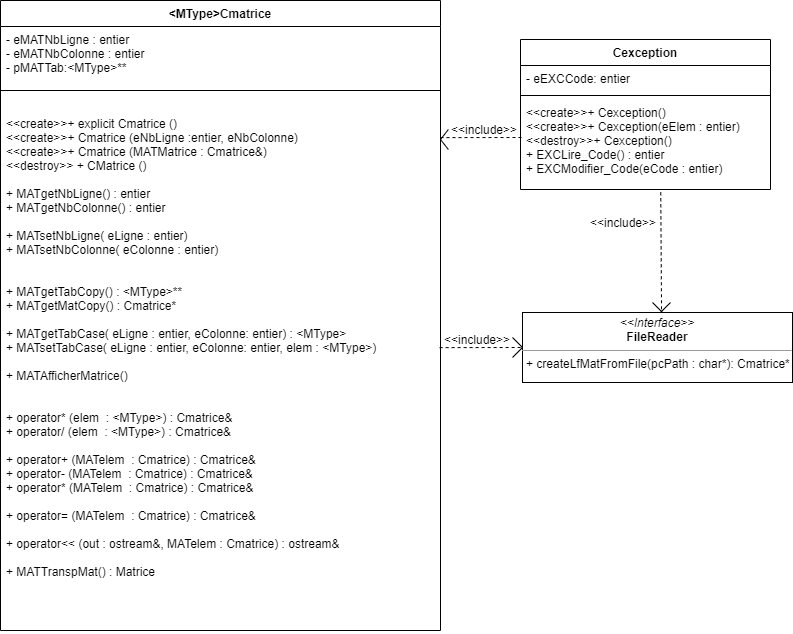
Before: ClassDiagram.png, a diagram exported from draw.io (Banalian/ProjetTutCpp). Source tidied: cells renumbered, new cells last; positions are measured from the earlier drawing's top-left corner, leaving out a move shared by most shapes.
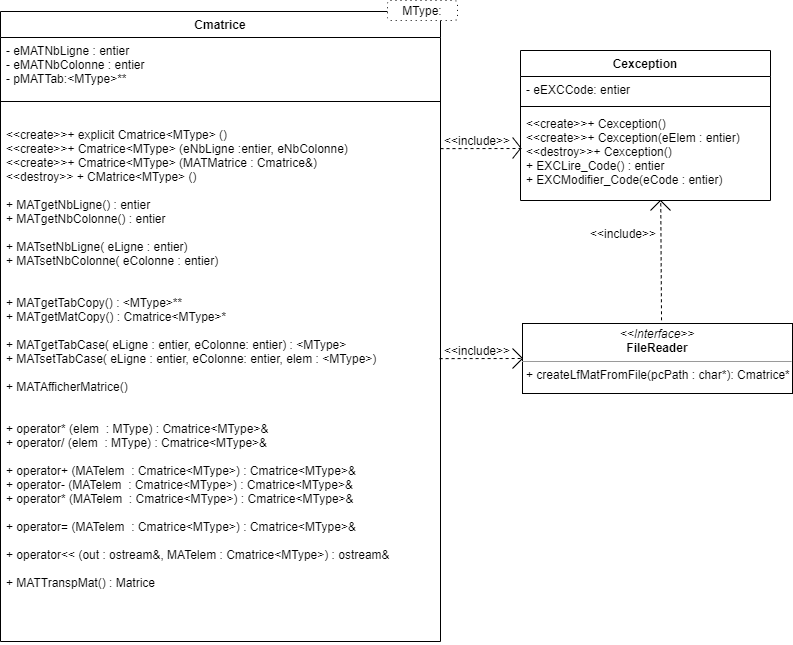
The same file after the commit.

Change to the diagram source:
```diff
@@ -2,7 +2,7 @@
   <root>
     <mxCell id="0" />
     <mxCell id="1" parent="0" />
-    <mxCell id="2" value="&lt;MType&gt;Cmatrice" style="swimlane;fontStyle=1;align=center;verticalAlign=top;horizontal=1;startSize=26;" parent="1" vertex="1">
+    <mxCell id="2" value="Cmatrice" style="swimlane;fontStyle=1;align=center;verticalAlign=top;horizontal=1;startSize=26;" parent="1" vertex="1">
       <mxGeometry width="440" height="630" as="geometry" />
     </mxCell>
     <mxCell id="3" value="- eMATNbLigne : entier&#10;- eMATNbColonne : entier&#10;- pMATTab:&lt;MType&gt;** &#10;&#10;" style="text;strokeColor=none;fillColor=none;align=left;verticalAlign=top;spacingLeft=4;spacingRight=4;overflow=hidden;" parent="2" vertex="1">
@@ -11,7 +11,7 @@
     <mxCell id="4" style="line;strokeWidth=1;fillColor=none;align=left;verticalAlign=middle;spacingTop=-1;spacingLeft=3;spacingRight=3;labelPosition=right;" parent="2" vertex="1">
       <mxGeometry y="70" width="440" height="40" as="geometry" />
     </mxCell>
-    <mxCell id="5" value="&lt;&lt;create&gt;&gt;+ explicit Cmatrice ()&#10;&lt;&lt;create&gt;&gt;+ Cmatrice (eNbLigne :entier, eNbColonne)&#10;&lt;&lt;create&gt;&gt;+ Cmatrice (MATMatrice : Cmatrice&amp;)&#10;&lt;&lt;destroy&gt;&gt; + CMatrice ()&#10;&#10;+ MATgetNbLigne() : entier&#10;+ MATgetNbColonne() : entier&#10;&#10;+ MATsetNbLigne( eLigne : entier)&#10;+ MATsetNbColonne( eColonne : entier)&#10;&#10;&#10;+ MATgetTabCopy() : &lt;MType&gt;**&#10;+ MATgetMatCopy() : Cmatrice*&#10;&#10;+ MATgetTabCase( eLigne : entier, eColonne: entier) : &lt;MType&gt;&#10;+ MATsetTabCase( eLigne : entier, eColonne: entier, elem : &lt;MType&gt;)&#10;&#10;+ MATAfficherMatrice()&#10;&#10;&#10;+ operator* (elem  : &lt;MType&gt;) : Cmatrice&amp;&#10;+ operator/ (elem  : &lt;MType&gt;) : Cmatrice&amp;&#10;&#10;+ operator+ (MATelem  : Cmatrice) : Cmatrice&amp;&#10;+ operator- (MATelem  : Cmatrice) : Cmatrice&amp;&#10;+ operator* (MATelem  : Cmatrice) : Cmatrice&amp;&#10;&#10;+ operator= (MATelem  : Cmatrice) : Cmatrice&amp;&#10;&#10;+ operator&lt;&lt; (out : ostream&amp;, MATelem : Cmatrice) : ostream&amp;&#10;&#10;+ MATTranspMat() : Matrice&#10;" style="text;strokeColor=none;fillColor=none;align=left;verticalAlign=top;spacingLeft=4;spacingRight=4;overflow=hidden;points=[[0,0.5],[1,0.5]];portConstraint=eastwest;" parent="2" vertex="1">
+    <mxCell id="5" value="&lt;&lt;create&gt;&gt;+ explicit Cmatrice&lt;MType&gt; ()&#10;&lt;&lt;create&gt;&gt;+ Cmatrice&lt;MType&gt; (eNbLigne :entier, eNbColonne)&#10;&lt;&lt;create&gt;&gt;+ Cmatrice&lt;MType&gt; (MATMatrice : Cmatrice&amp;)&#10;&lt;&lt;destroy&gt;&gt; + CMatrice&lt;MType&gt; ()&#10;&#10;+ MATgetNbLigne() : entier&#10;+ MATgetNbColonne() : entier&#10;&#10;+ MATsetNbLigne( eLigne : entier)&#10;+ MATsetNbColonne( eColonne : entier)&#10;&#10;&#10;+ MATgetTabCopy() : &lt;MType&gt;**&#10;+ MATgetMatCopy() : Cmatrice&lt;MType&gt;*&#10;&#10;+ MATgetTabCase( eLigne : entier, eColonne: entier) : &lt;MType&gt;&#10;+ MATsetTabCase( eLigne : entier, eColonne: entier, elem : &lt;MType&gt;)&#10;&#10;+ MATAfficherMatrice()&#10;&#10;&#10;+ operator* (elem  : MType) : Cmatrice&lt;MType&gt;&amp;&#10;+ operator/ (elem  : MType) : Cmatrice&lt;MType&gt;&amp;&#10;&#10;+ operator+ (MATelem  : Cmatrice&lt;MType&gt;) : Cmatrice&lt;MType&gt;&amp;&#10;+ operator- (MATelem  : Cmatrice&lt;MType&gt;) : Cmatrice&lt;MType&gt;&amp;&#10;+ operator* (MATelem  : Cmatrice&lt;MType&gt;) : Cmatrice&lt;MType&gt;&amp;&#10;&#10;+ operator= (MATelem  : Cmatrice&lt;MType&gt;) : Cmatrice&lt;MType&gt;&amp;&#10;&#10;+ operator&lt;&lt; (out : ostream&amp;, MATelem : Cmatrice&lt;MType&gt;) : ostream&amp;&#10;&#10;+ MATTranspMat() : Matrice&#10;" style="text;strokeColor=none;fillColor=none;align=left;verticalAlign=top;spacingLeft=4;spacingRight=4;overflow=hidden;points=[[0,0.5],[1,0.5]];portConstraint=eastwest;" parent="2" vertex="1">
       <mxGeometry y="110" width="440" height="520" as="geometry" />
     </mxCell>
     <mxCell id="6" value="Cexception" style="swimlane;fontStyle=1;align=center;verticalAlign=top;horizontal=1;startSize=26;" parent="1" vertex="1">
@@ -26,6 +26,12 @@
     <mxCell id="9" value="&lt;&lt;create&gt;&gt;+ Cexception()&#10;&lt;&lt;create&gt;&gt;+ Cexception(eElem : entier)&#10;&lt;&lt;destroy&gt;&gt;+ Cexception()&#10;+ EXCLire_Code() : entier&#10;+ EXCModifier_Code(eCode : entier)" style="text;strokeColor=none;fillColor=none;align=left;verticalAlign=top;spacingLeft=4;spacingRight=4;overflow=hidden;points=[[0,0.5],[1,0.5]];portConstraint=eastwest;" parent="6" vertex="1">
       <mxGeometry y="60" width="250" height="90" as="geometry" />
     </mxCell>
+    <mxCell id="22" style="endArrow=none;html=1;" parent="6" edge="1">
+      <mxGeometry relative="1" as="geometry">
+        <mxPoint x="140" y="150" as="sourcePoint" />
+        <mxPoint x="130" y="160" as="targetPoint" />
+      </mxGeometry>
+    </mxCell>
     <mxCell id="10" value="&lt;p style=&quot;margin: 0px ; margin-top: 4px ; text-align: center&quot;&gt;&lt;i&gt;&amp;lt;&amp;lt;Interface&amp;gt;&amp;gt;&lt;/i&gt;&lt;br&gt;&lt;b&gt;FileReader&lt;/b&gt;&lt;/p&gt;&lt;hr size=&quot;1&quot;&gt;&lt;p style=&quot;margin: 0px ; margin-left: 4px&quot;&gt;+ createLfMatFromFile(pcPath : char*): Cmatrice*&lt;br&gt;&lt;/p&gt;" style="verticalAlign=top;align=left;overflow=fill;fontSize=12;fontFamily=Helvetica;html=1;" parent="1" vertex="1">
       <mxGeometry x="522" y="312" width="270" height="70" as="geometry" />
     </mxCell>
@@ -54,18 +60,18 @@
       </mxGeometry>
     </mxCell>
     <mxCell id="16" value="&amp;lt;&amp;lt;include&amp;gt;&amp;gt;" style="text;html=1;strokeColor=none;fillColor=none;align=center;verticalAlign=middle;whiteSpace=wrap;rounded=0;" parent="1" vertex="1">
-      <mxGeometry x="463.9" y="119" width="40" height="20" as="geometry" />
+      <mxGeometry x="456.9" y="119" width="40" height="20" as="geometry" />
     </mxCell>
     <mxCell id="17" style="endArrow=none;html=1;" parent="1" edge="1">
       <mxGeometry relative="1" as="geometry">
-        <mxPoint x="447.9" y="129" as="sourcePoint" />
-        <mxPoint x="440" y="139" as="targetPoint" />
+        <mxPoint x="520" y="137" as="sourcePoint" />
+        <mxPoint x="512.1" y="147" as="targetPoint" />
       </mxGeometry>
     </mxCell>
     <mxCell id="18" style="endArrow=none;html=1;" parent="1" edge="1">
       <mxGeometry relative="1" as="geometry">
-        <mxPoint x="440" y="139" as="sourcePoint" />
-        <mxPoint x="447.9" y="149" as="targetPoint" />
+        <mxPoint x="512.1" y="126" as="sourcePoint" />
+        <mxPoint x="520" y="136" as="targetPoint" />
       </mxGeometry>
     </mxCell>
     <mxCell id="19" style="endArrow=none;dashed=1;html=1;entryX=0.515;entryY=0;entryDx=0;entryDy=0;exitX=0.561;exitY=1.031;exitDx=0;exitDy=0;exitPerimeter=0;entryPerimeter=0;" parent="1" edge="1" source="9" target="10">
@@ -76,15 +82,12 @@
     </mxCell>
     <mxCell id="21" style="endArrow=none;html=1;" parent="1" edge="1">
       <mxGeometry relative="1" as="geometry">
-        <mxPoint x="652" y="302" as="sourcePoint" />
-        <mxPoint x="662" y="312" as="targetPoint" />
+        <mxPoint x="660" y="189" as="sourcePoint" />
+        <mxPoint x="670" y="199" as="targetPoint" />
       </mxGeometry>
     </mxCell>
-    <mxCell id="22" style="endArrow=none;html=1;" parent="1" edge="1">
-      <mxGeometry relative="1" as="geometry">
-        <mxPoint x="670" y="302" as="sourcePoint" />
-        <mxPoint x="660" y="312" as="targetPoint" />
-      </mxGeometry>
-    </mxCell>
+    <mxCell id="23" value="MType:" style="shape=ext;rounded=1;html=1;whiteSpace=wrap;dashed=1;dashPattern=1 4;" parent="1" vertex="1">
+      <mxGeometry x="387" y="-11" width="70" height="20" as="geometry" />
+    </mxCell>
   </root>
 </mxGraphModel>
```
